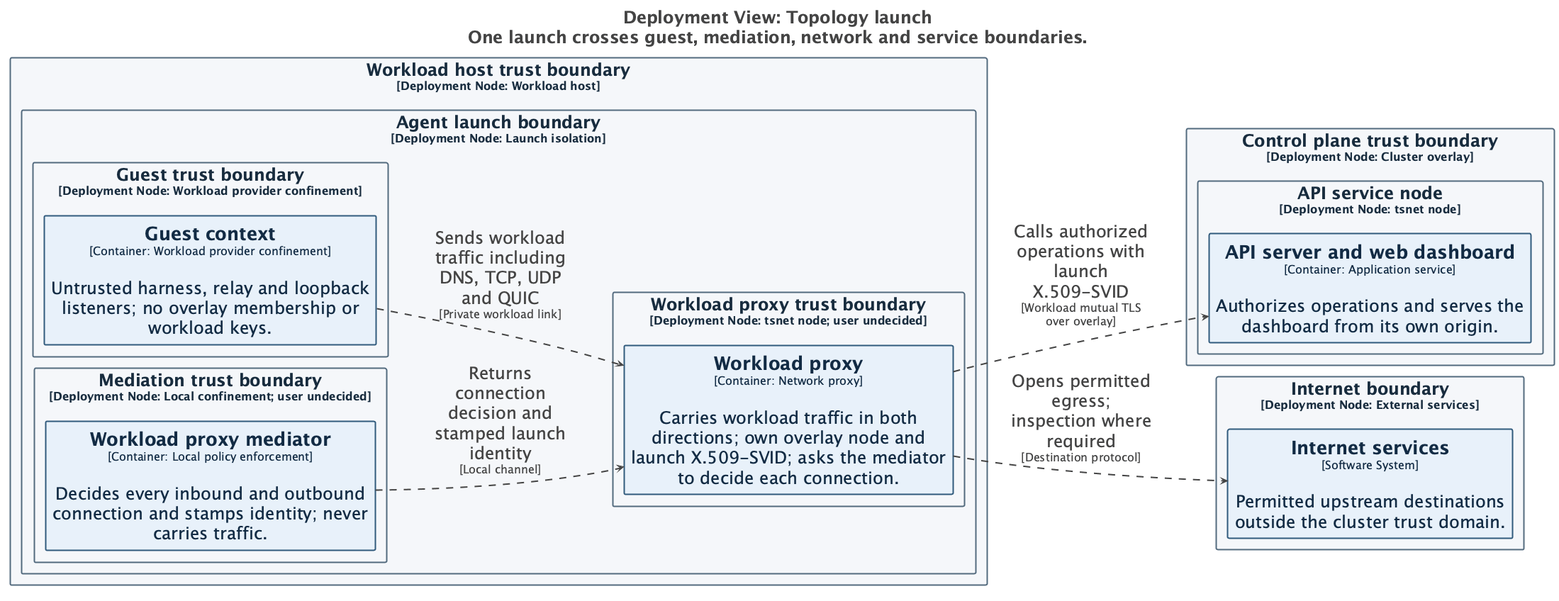
Above: docs/diagrams/structurizr-network-launch.png in tbhb-dev/afakt (PlantUML), before the change. Its source is kept beside it as docs/diagrams/structurizr-network-launch.puml.
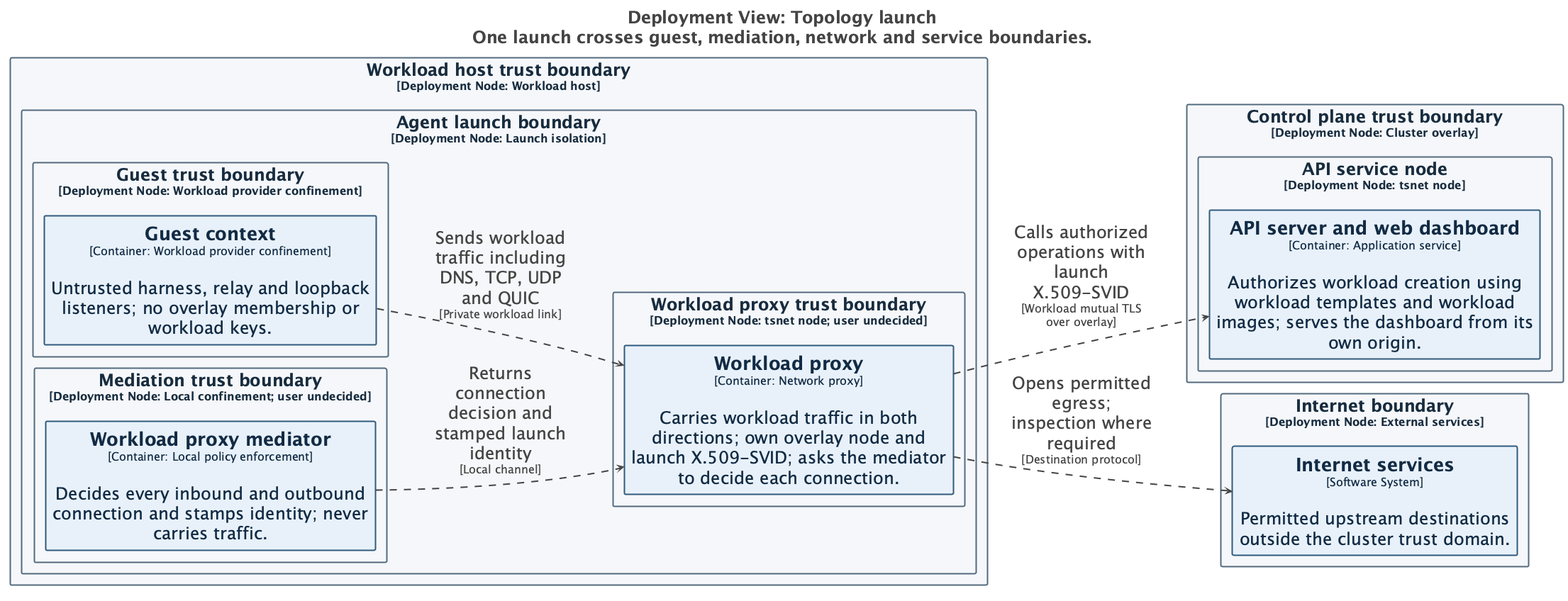
The same file after the commit.

Diff of the diagram source:
```diff
@@ -71,7 +71,7 @@
 
 rectangle "Control plane trust boundary\n<size:16>[Deployment Node: Cluster overlay]</size>" <<DeploymentNode-RWxlbWVudCxEZXBsb3ltZW50IE5vZGU=>> as Topologylaunch.Controlplanetrustboundary {
   rectangle "API service node\n<size:16>[Deployment Node: tsnet node]</size>" <<DeploymentNode-RWxlbWVudCxEZXBsb3ltZW50IE5vZGU=>> as Topologylaunch.Controlplanetrustboundary.APIservicenode {
-    rectangle "==API server and web dashboard\n<size:16>[Container: Application service]</size>\n\nAuthorizes operations and serves the dashboard from its own origin." <<Element-RWxlbWVudCxUb3BvbG9neQ==>> as Topologylaunch.Controlplanetrustboundary.APIservicenode.APIserverandwebdashboard_1
+    rectangle "==API server and web dashboard\n<size:16>[Container: Application service]</size>\n\nAuthorizes workload creation using workload templates and workload images; serves the dashboard from its own origin." <<Element-RWxlbWVudCxUb3BvbG9neQ==>> as Topologylaunch.Controlplanetrustboundary.APIservicenode.APIserverandwebdashboard_1
   }
 
 }
```
